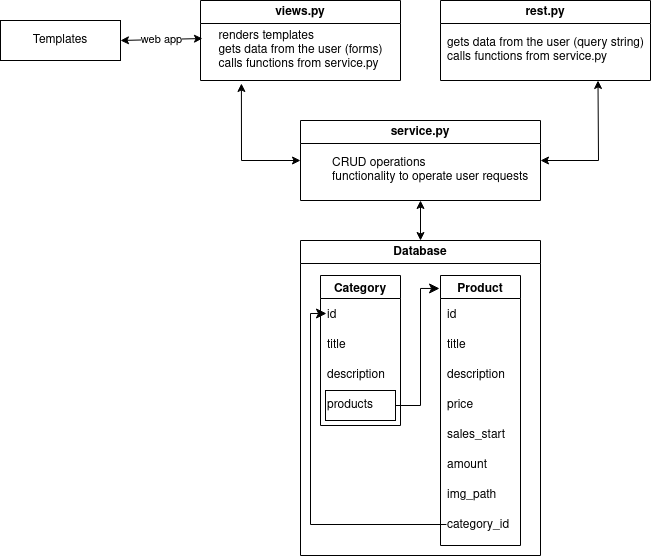
Earlier version of the draw.io export documentation/ER_model.drawio.png (b-ark/EPAM_shop). Source tidied: cells renumbered, new cells last; positions are measured from the earlier drawing's top-left corner, leaving out a move shared by most shapes.
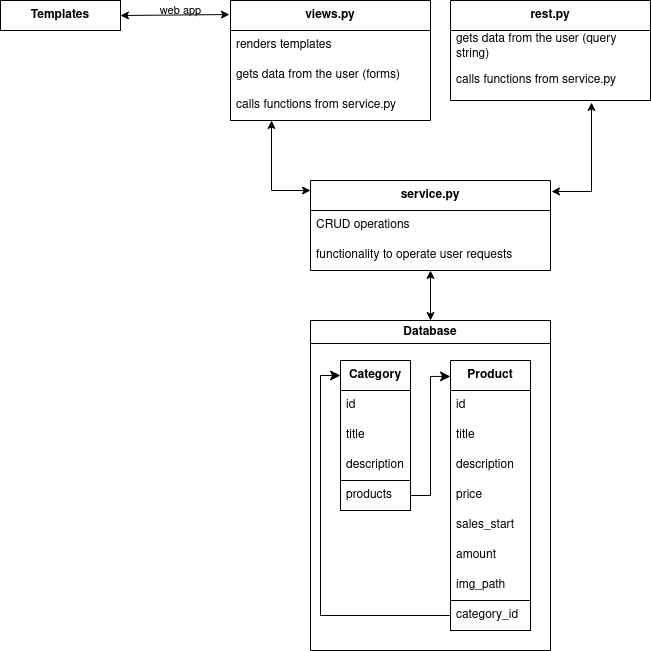
After the change.

Change to the diagram source:
```diff
@@ -2,104 +2,116 @@
   <root>
     <mxCell id="0" />
     <mxCell id="1" parent="0" />
-    <mxCell id="2" value="Templates" style="rounded=0;whiteSpace=wrap;html=1;" parent="1" vertex="1">
-      <mxGeometry y="20" width="120" height="40" as="geometry" />
+    <mxCell id="2" value="Templates" style="rounded=0;whiteSpace=wrap;html=1;fontStyle=1;labelBackgroundColor=none;fillStyle=solid;glass=0;shadow=0;" parent="1" vertex="1">
+      <mxGeometry x="-30" y="10" width="120" height="30" as="geometry" />
     </mxCell>
-    <mxCell id="3" value="web app" style="endArrow=classic;startArrow=classic;html=1;rounded=0;exitX=1;exitY=0.5;exitDx=0;exitDy=0;entryX=-0.016;entryY=0.3;entryDx=0;entryDy=0;entryPerimeter=0;" parent="1" edge="1" source="2" target="5">
-      <mxGeometry relative="1" as="geometry" />
+    <mxCell id="3" value="web app" style="endArrow=classic;startArrow=classic;html=1;rounded=0;exitX=1;exitY=0.5;exitDx=0;exitDy=0;labelBackgroundColor=none;fontColor=default;entryX=-0.005;entryY=0.117;entryDx=0;entryDy=0;entryPerimeter=0;" parent="1" edge="1" source="2" target="4">
+      <mxGeometry x="0.1" y="4" relative="1" as="geometry" />
     </mxCell>
-    <mxCell id="4" value="views.py" style="swimlane;whiteSpace=wrap;html=1;" parent="1" vertex="1">
-      <mxGeometry x="200" width="200" height="80" as="geometry" />
-    </mxCell>
-    <mxCell id="5" value="&lt;div align=&quot;left&quot;&gt;renders templates&lt;/div&gt;&lt;div align=&quot;left&quot;&gt;gets data from the user (forms)&lt;br&gt;&lt;/div&gt;&lt;div align=&quot;left&quot;&gt;calls functions from service.py&lt;br&gt;&lt;/div&gt;" style="text;html=1;align=center;verticalAlign=middle;points=[];strokeColor=none;fillColor=none;" parent="4" vertex="1">
-      <mxGeometry x="5" y="20" width="190" height="60" as="geometry" />
-    </mxCell>
-    <mxCell id="6" value="rest.py" style="swimlane;whiteSpace=wrap;html=1;" parent="1" vertex="1">
-      <mxGeometry x="440" width="210" height="80" as="geometry" />
-    </mxCell>
-    <mxCell id="7" value="&lt;div align=&quot;left&quot;&gt;gets data from the user (query string)&lt;br&gt;&lt;/div&gt;&lt;div align=&quot;left&quot;&gt;calls functions from service.py&lt;br&gt;&lt;/div&gt;" style="text;html=1;align=center;verticalAlign=middle;strokeColor=none;fillColor=none;" parent="6" vertex="1">
-      <mxGeometry x="-5" y="30" width="220" height="40" as="geometry" />
-    </mxCell>
-    <mxCell id="8" value="service.py" style="swimlane;whiteSpace=wrap;html=1;" parent="1" vertex="1">
-      <mxGeometry x="300" y="120" width="240" height="80" as="geometry" />
-    </mxCell>
-    <mxCell id="9" value="&lt;div&gt;CRUD operations&lt;/div&gt;&lt;div&gt;functionality to operate user requests&lt;br&gt;&lt;/div&gt;" style="text;html=1;align=left;verticalAlign=middle;strokeColor=none;fillColor=none;" parent="8" vertex="1">
-      <mxGeometry x="30" y="30" width="220" height="40" as="geometry" />
-    </mxCell>
-    <mxCell id="10" style="endArrow=classic;startArrow=classic;html=1;rounded=0;exitX=0.189;exitY=1.05;exitDx=0;exitDy=0;exitPerimeter=0;entryX=0;entryY=0.5;entryDx=0;entryDy=0;" parent="1" edge="1" source="5" target="8">
-      <mxGeometry relative="1" as="geometry">
-        <Array as="points">
-          <mxPoint x="241" y="160" />
-        </Array>
-      </mxGeometry>
-    </mxCell>
-    <mxCell id="11" style="endArrow=classic;startArrow=classic;html=1;rounded=0;entryX=0.75;entryY=1;entryDx=0;entryDy=0;" parent="1" edge="1" target="6">
-      <mxGeometry relative="1" as="geometry">
-        <mxPoint x="540" y="160" as="sourcePoint" />
-        <Array as="points">
-          <mxPoint x="598" y="160" />
-        </Array>
-      </mxGeometry>
-    </mxCell>
-    <mxCell id="12" value="Database" style="swimlane;whiteSpace=wrap;html=1;" parent="1" vertex="1">
-      <mxGeometry x="300" y="240" width="240" height="315" as="geometry" />
+    <mxCell id="12" value="Database" style="swimlane;whiteSpace=wrap;html=1;labelBackgroundColor=none;fillStyle=solid;" parent="1" vertex="1">
+      <mxGeometry x="280" y="330" width="240" height="330" as="geometry" />
     </mxCell>
-    <mxCell id="13" value="Category" style="swimlane;" parent="12" vertex="1">
-      <mxGeometry x="20" y="35" width="80" height="150" as="geometry" />
+    <mxCell id="13" value="&lt;b&gt;Category&lt;/b&gt;" style="swimlane;fontStyle=0;horizontal=1;startSize=30;whiteSpace=wrap;html=1;" parent="12" vertex="1">
+      <mxGeometry x="30" y="40" width="70" height="150" as="geometry" />
     </mxCell>
-    <mxCell id="14" value="id" style="text;html=1;align=left;verticalAlign=middle;points=[];strokeColor=none;fillColor=none;" parent="13" vertex="1">
-      <mxGeometry x="5" y="25" width="30" height="30" as="geometry" />
-    </mxCell>
-    <mxCell id="15" value="&lt;div align=&quot;left&quot;&gt;title&lt;/div&gt;" style="text;html=1;align=left;verticalAlign=middle;strokeColor=none;fillColor=none;" parent="13" vertex="1">
-      <mxGeometry x="5" y="55" width="40" height="30" as="geometry" />
-    </mxCell>
-    <mxCell id="16" value="description" style="text;html=1;align=left;verticalAlign=middle;strokeColor=none;fillColor=none;" parent="13" vertex="1">
-      <mxGeometry x="5" y="85" width="80" height="30" as="geometry" />
-    </mxCell>
+    <mxCell id="30" value="id" style="text;align=left;verticalAlign=middle;spacingLeft=4;spacingRight=4;overflow=hidden;whiteSpace=wrap;html=1;" parent="13" vertex="1">
+      <mxGeometry y="30" width="70" height="30" as="geometry" />
+    </mxCell>
+    <mxCell id="31" value="title" style="text;align=left;verticalAlign=middle;spacingLeft=4;spacingRight=4;overflow=hidden;whiteSpace=wrap;html=1;" parent="13" vertex="1">
+      <mxGeometry y="60" width="70" height="30" as="geometry" />
+    </mxCell>
+    <mxCell id="32" value="description" style="text;align=left;verticalAlign=middle;spacingLeft=4;spacingRight=4;overflow=hidden;whiteSpace=wrap;html=1;" parent="13" vertex="1">
+      <mxGeometry y="90" width="70" height="30" as="geometry" />
+    </mxCell>
-    <mxCell id="17" value="products" style="text;html=1;align=left;verticalAlign=middle;points=[];strokeColor=default;" parent="13" vertex="1">
-      <mxGeometry x="5" y="115" width="70" height="30" as="geometry" />
+    <mxCell id="17" value="products" style="text;align=left;verticalAlign=middle;spacingLeft=4;spacingRight=4;overflow=hidden;points=[[0,0.5],[1,0.5]];portConstraint=eastwest;whiteSpace=wrap;html=1;strokeColor=default;" parent="13" vertex="1">
+      <mxGeometry y="120" width="70" height="30" as="geometry" />
     </mxCell>
-    <mxCell id="18" value="Product" style="swimlane;" parent="12" vertex="1">
-      <mxGeometry x="140" y="35" width="80" height="270" as="geometry" />
+    <mxCell id="18" value="&lt;b&gt;Product&lt;/b&gt;" style="swimlane;fontStyle=0;horizontal=1;startSize=30;whiteSpace=wrap;html=1;" parent="12" vertex="1">
+      <mxGeometry x="140" y="40" width="80" height="270" as="geometry" />
     </mxCell>
-    <mxCell id="19" value="id" style="text;html=1;align=left;verticalAlign=middle;strokeColor=none;fillColor=none;" parent="18" vertex="1">
-      <mxGeometry x="5" y="25" width="30" height="30" as="geometry" />
-    </mxCell>
-    <mxCell id="20" value="&lt;div align=&quot;left&quot;&gt;title&lt;/div&gt;" style="text;html=1;align=left;verticalAlign=middle;strokeColor=none;fillColor=none;" parent="18" vertex="1">
-      <mxGeometry x="5" y="55" width="40" height="30" as="geometry" />
-    </mxCell>
-    <mxCell id="21" value="description" style="text;html=1;align=left;verticalAlign=middle;strokeColor=none;fillColor=none;" parent="18" vertex="1">
-      <mxGeometry x="5" y="85" width="80" height="30" as="geometry" />
-    </mxCell>
+    <mxCell id="33" value="id" style="text;align=left;verticalAlign=middle;spacingLeft=4;spacingRight=4;overflow=hidden;whiteSpace=wrap;html=1;" parent="18" vertex="1">
+      <mxGeometry y="30" width="80" height="30" as="geometry" />
+    </mxCell>
+    <mxCell id="34" value="title" style="text;align=left;verticalAlign=middle;spacingLeft=4;spacingRight=4;overflow=hidden;whiteSpace=wrap;html=1;" parent="18" vertex="1">
+      <mxGeometry y="60" width="80" height="30" as="geometry" />
+    </mxCell>
+    <mxCell id="35" value="description" style="text;align=left;verticalAlign=middle;spacingLeft=4;spacingRight=4;overflow=hidden;whiteSpace=wrap;html=1;" parent="18" vertex="1">
+      <mxGeometry y="90" width="80" height="30" as="geometry" />
+    </mxCell>
-    <mxCell id="22" value="price" style="text;html=1;align=left;verticalAlign=middle;strokeColor=none;fillColor=none;" parent="18" vertex="1">
-      <mxGeometry x="5" y="115" width="50" height="30" as="geometry" />
+    <mxCell id="22" value="price" style="text;align=left;verticalAlign=middle;spacingLeft=4;spacingRight=4;overflow=hidden;whiteSpace=wrap;html=1;" parent="18" vertex="1">
+      <mxGeometry y="120" width="80" height="30" as="geometry" />
     </mxCell>
-    <mxCell id="23" value="sales_start" style="text;html=1;align=left;verticalAlign=middle;strokeColor=none;fillColor=none;" parent="18" vertex="1">
-      <mxGeometry x="5" y="145" width="80" height="30" as="geometry" />
+    <mxCell id="23" value="sales_start" style="text;align=left;verticalAlign=middle;spacingLeft=4;spacingRight=4;overflow=hidden;whiteSpace=wrap;html=1;" parent="18" vertex="1">
+      <mxGeometry y="150" width="80" height="30" as="geometry" />
     </mxCell>
-    <mxCell id="24" value="amount" style="text;html=1;align=left;verticalAlign=middle;strokeColor=none;fillColor=none;" parent="18" vertex="1">
-      <mxGeometry x="5" y="175" width="60" height="30" as="geometry" />
+    <mxCell id="24" value="amount" style="text;align=left;verticalAlign=middle;spacingLeft=4;spacingRight=4;overflow=hidden;whiteSpace=wrap;html=1;" parent="18" vertex="1">
+      <mxGeometry y="180" width="80" height="30" as="geometry" />
     </mxCell>
-    <mxCell id="25" value="img_path" style="text;html=1;align=left;verticalAlign=middle;strokeColor=none;fillColor=none;" parent="18" vertex="1">
-      <mxGeometry x="5" y="205" width="70" height="30" as="geometry" />
+    <mxCell id="25" value="img_path" style="text;align=left;verticalAlign=middle;spacingLeft=4;spacingRight=4;overflow=hidden;whiteSpace=wrap;html=1;" parent="18" vertex="1">
+      <mxGeometry y="210" width="80" height="30" as="geometry" />
     </mxCell>
-    <mxCell id="26" value="category_id" style="text;html=1;align=left;verticalAlign=middle;points=[];strokeColor=none;fillColor=none;" parent="18" vertex="1">
-      <mxGeometry x="5" y="235" width="90" height="30" as="geometry" />
+    <mxCell id="26" value="category_id" style="text;align=left;verticalAlign=middle;spacingLeft=4;spacingRight=4;overflow=hidden;points=[[0,0.5],[1,0.5]];portConstraint=eastwest;whiteSpace=wrap;html=1;strokeColor=default;" parent="18" vertex="1">
+      <mxGeometry y="240" width="80" height="30" as="geometry" />
     </mxCell>
+    <mxCell id="36" style="edgeStyle=elbowEdgeStyle;elbow=horizontal;endArrow=classic;html=1;curved=0;rounded=0;endSize=8;startSize=8;exitX=0;exitY=0.5;exitDx=0;exitDy=0;entryX=0;entryY=0.1;entryDx=0;entryDy=0;entryPerimeter=0;" parent="12" edge="1" source="26" target="13">
+      <mxGeometry relative="1" as="geometry">
+        <Array as="points">
+          <mxPoint x="10" y="170" />
+        </Array>
+      </mxGeometry>
+    </mxCell>
-    <mxCell id="27" style="edgeStyle=elbowEdgeStyle;elbow=horizontal;endArrow=classic;html=1;curved=0;rounded=0;endSize=8;startSize=8;entryX=-0.012;entryY=0.048;entryDx=0;entryDy=0;entryPerimeter=0;" parent="12" edge="1" source="17" target="18">
+    <mxCell id="27" style="edgeStyle=elbowEdgeStyle;elbow=horizontal;endArrow=classic;html=1;curved=0;rounded=0;endSize=8;startSize=8;exitX=1;exitY=0.5;exitDx=0;exitDy=0;entryX=0;entryY=0.059;entryDx=0;entryDy=0;entryPerimeter=0;" parent="12" edge="1" source="17" target="18">
       <mxGeometry relative="1" as="geometry">
         <Array as="points">
-          <mxPoint x="120" y="120" />
+          <mxPoint x="120" y="110" />
         </Array>
       </mxGeometry>
     </mxCell>
-    <mxCell id="28" style="edgeStyle=elbowEdgeStyle;elbow=horizontal;endArrow=classic;html=1;curved=0;rounded=0;endSize=8;startSize=8;exitX=0.011;exitY=0.467;exitDx=0;exitDy=0;exitPerimeter=0;entryX=0.033;entryY=0.433;entryDx=0;entryDy=0;entryPerimeter=0;" parent="12" edge="1" source="26" target="14">
-      <mxGeometry relative="1" as="geometry">
-        <Array as="points">
-          <mxPoint x="10" y="10" />
-        </Array>
-      </mxGeometry>
-    </mxCell>
+    <mxCell id="4" value="&lt;b&gt;views.py&lt;/b&gt;" style="swimlane;fontStyle=0;horizontal=1;startSize=30;whiteSpace=wrap;html=1;" parent="1" vertex="1">
+      <mxGeometry x="200" y="10" width="200" height="120" as="geometry" />
+    </mxCell>
+    <mxCell id="37" value="renders templates" style="text;align=left;verticalAlign=middle;spacingLeft=4;spacingRight=4;overflow=hidden;whiteSpace=wrap;html=1;" parent="4" vertex="1">
+      <mxGeometry y="30" width="200" height="30" as="geometry" />
+    </mxCell>
+    <mxCell id="38" value="gets data from the user (forms)" style="text;align=left;verticalAlign=middle;spacingLeft=4;spacingRight=4;overflow=hidden;whiteSpace=wrap;html=1;" parent="4" vertex="1">
+      <mxGeometry y="60" width="200" height="30" as="geometry" />
+    </mxCell>
+    <mxCell id="39" value="calls functions from service.py" style="text;align=left;verticalAlign=middle;spacingLeft=4;spacingRight=4;overflow=hidden;points=[[0,0.5],[1,0.5]];portConstraint=eastwest;whiteSpace=wrap;html=1;" parent="4" vertex="1">
+      <mxGeometry y="90" width="200" height="30" as="geometry" />
+    </mxCell>
+    <mxCell id="6" value="&lt;b&gt;rest.py&lt;/b&gt;" style="swimlane;fontStyle=0;horizontal=1;startSize=30;whiteSpace=wrap;html=1;strokeWidth=1;" parent="1" vertex="1">
+      <mxGeometry x="420" y="10" width="200" height="100" as="geometry" />
+    </mxCell>
+    <mxCell id="40" value="gets data from the user (query string)" style="text;align=left;verticalAlign=middle;spacingLeft=4;spacingRight=4;overflow=hidden;whiteSpace=wrap;html=1;" parent="6" vertex="1">
+      <mxGeometry y="30" width="200" height="30" as="geometry" />
+    </mxCell>
+    <mxCell id="41" value="calls functions from service.py" style="text;align=left;verticalAlign=middle;spacingLeft=4;spacingRight=4;overflow=hidden;points=[[0,0.5],[1,0.5]];portConstraint=eastwest;whiteSpace=wrap;html=1;" parent="6" vertex="1">
+      <mxGeometry y="60" width="200" height="40" as="geometry" />
+    </mxCell>
+    <mxCell id="8" value="&lt;b&gt;service.py&lt;/b&gt;" style="swimlane;fontStyle=0;horizontal=1;startSize=30;whiteSpace=wrap;html=1;strokeWidth=1;fillStyle=auto;" parent="1" vertex="1">
+      <mxGeometry x="280" y="190" width="240" height="90" as="geometry" />
+    </mxCell>
+    <mxCell id="42" value="CRUD operations" style="text;align=left;verticalAlign=middle;spacingLeft=4;spacingRight=4;overflow=hidden;whiteSpace=wrap;html=1;" parent="8" vertex="1">
+      <mxGeometry y="30" width="240" height="30" as="geometry" />
+    </mxCell>
+    <mxCell id="43" value="functionality to operate user requests" style="text;align=left;verticalAlign=middle;spacingLeft=4;spacingRight=4;overflow=hidden;whiteSpace=wrap;html=1;" parent="8" vertex="1">
+      <mxGeometry y="60" width="240" height="30" as="geometry" />
+    </mxCell>
+    <mxCell id="44" style="endArrow=classic;startArrow=classic;html=1;rounded=0;entryX=0.205;entryY=1;entryDx=0;entryDy=0;entryPerimeter=0;" parent="1" edge="1" target="39">
+      <mxGeometry relative="1" as="geometry">
+        <mxPoint x="280" y="200" as="sourcePoint" />
+        <Array as="points">
+          <mxPoint x="241" y="200" />
+        </Array>
+      </mxGeometry>
+    </mxCell>
+    <mxCell id="45" style="endArrow=classic;startArrow=classic;html=1;rounded=0;entryX=0.705;entryY=1.05;entryDx=0;entryDy=0;entryPerimeter=0;exitX=1.004;exitY=0.122;exitDx=0;exitDy=0;exitPerimeter=0;" parent="1" edge="1" source="8" target="41">
+      <mxGeometry relative="1" as="geometry">
+        <Array as="points">
+          <mxPoint x="561" y="201" />
+        </Array>
+      </mxGeometry>
+    </mxCell>
     <mxCell id="29" style="endArrow=classic;startArrow=classic;html=1;rounded=0;entryX=0.5;entryY=1;entryDx=0;entryDy=0;exitX=0.5;exitY=0;exitDx=0;exitDy=0;" parent="1" edge="1" source="12" target="8">
       <mxGeometry relative="1" as="geometry" />
     </mxCell>
```
